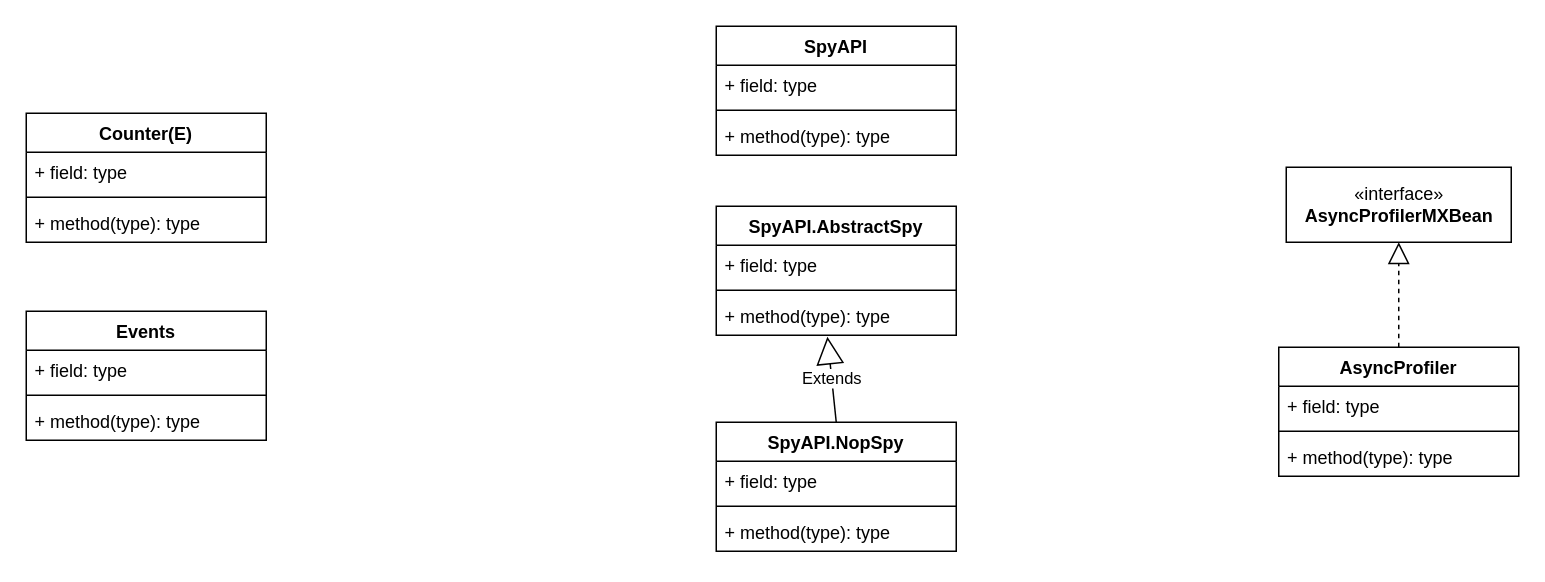
This is page "spy" (5 of 14) of arthas.drawio from tadsimons/draw, a draw.io file, before an edit. Source tidied: cells renumbered, new cells numbered last; positions are measured from the earlier drawing's top-left corner, leaving out a move shared by most shapes. Both pictures are drawn from the tidied source at 150%, with x=0, y=0 at pixel (26, 26).
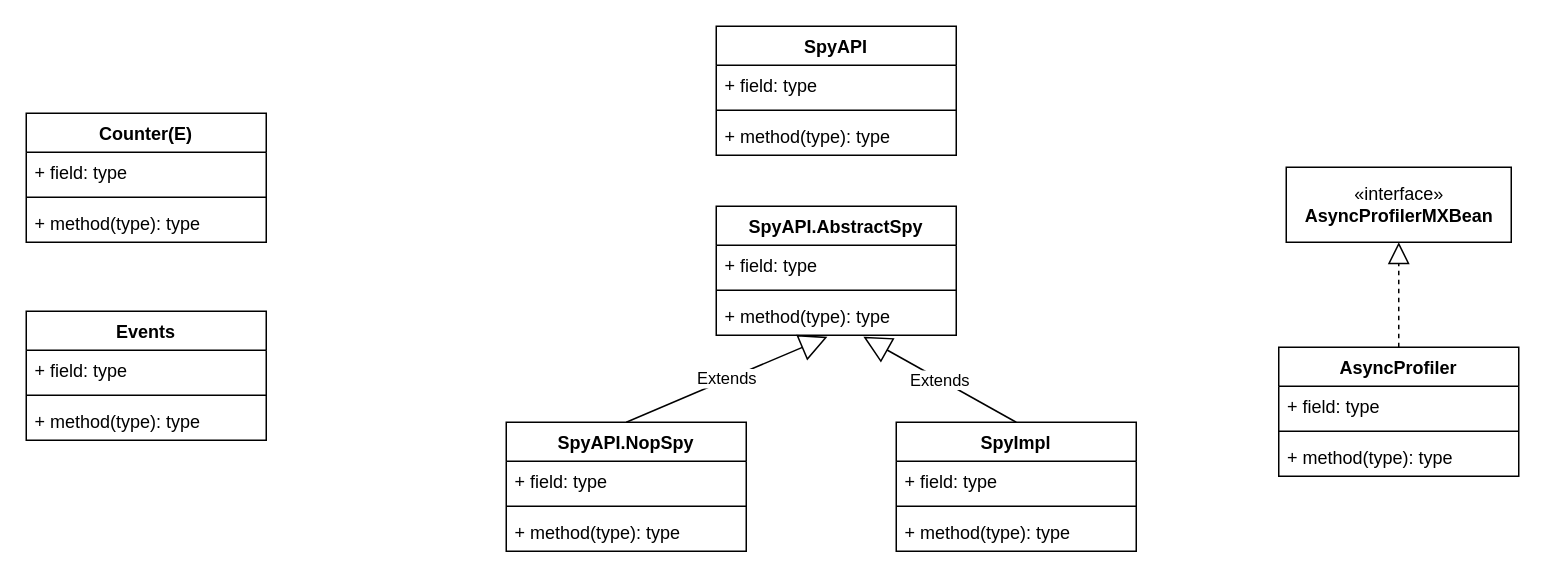
Above is the later version.

Unchanged cells that the change refers to:
```xml
<mxCell id="9" value="+ method(type): type" style="text;strokeColor=none;fillColor=none;align=left;verticalAlign=top;spacingLeft=4;spacingRight=4;overflow=hidden;points=[[0,0.5],[1,0.5]];portConstraint=eastwest;" parent="6" vertex="1">
  <mxGeometry y="60" width="160" height="26" as="geometry" />
</mxCell>
```

The edit, as a diff of the source:
```diff
@@
     <mxCell id="10" value="SpyAPI.NopSpy" style="swimlane;fontStyle=1;align=center;verticalAlign=top;horizontal=1;startSize=26;fillColor=#FFFFFF;" parent="1" vertex="1">
-      <mxGeometry x="460" y="264" width="160" height="86" as="geometry" />
+      <mxGeometry x="320" y="264" width="160" height="86" as="geometry" />
     </mxCell>
@@
+    <mxCell id="29" value="SpyImpl" style="swimlane;fontStyle=1;align=center;verticalAlign=top;horizontal=1;startSize=26;fillColor=#FFFFFF;" parent="1" vertex="1">
+      <mxGeometry x="580" y="264" width="160" height="86" as="geometry" />
+    </mxCell>
+    <mxCell id="30" value="Extends" style="endArrow=block;endSize=16;endFill=0;html=1;entryX=0.613;entryY=1.038;entryDx=0;entryDy=0;entryPerimeter=0;" parent="29" edge="1" target="9">
+      <mxGeometry relative="1" as="geometry">
+        <mxPoint x="80" as="sourcePoint" />
+      </mxGeometry>
+    </mxCell>
+    <mxCell id="31" value="+ field: type" style="text;strokeColor=none;fillColor=none;align=left;verticalAlign=top;spacingLeft=4;spacingRight=4;overflow=hidden;" parent="29" vertex="1">
+      <mxGeometry y="26" width="160" height="26" as="geometry" />
+    </mxCell>
+    <mxCell id="32" style="line;strokeWidth=1;fillColor=none;align=left;verticalAlign=middle;spacingTop=-1;spacingLeft=3;spacingRight=3;labelPosition=right;" parent="29" vertex="1">
+      <mxGeometry y="52" width="160" height="8" as="geometry" />
+    </mxCell>
+    <mxCell id="33" value="+ method(type): type" style="text;strokeColor=none;fillColor=none;align=left;verticalAlign=top;spacingLeft=4;spacingRight=4;overflow=hidden;" parent="29" vertex="1">
+      <mxGeometry y="60" width="160" height="26" as="geometry" />
+    </mxCell>
```
